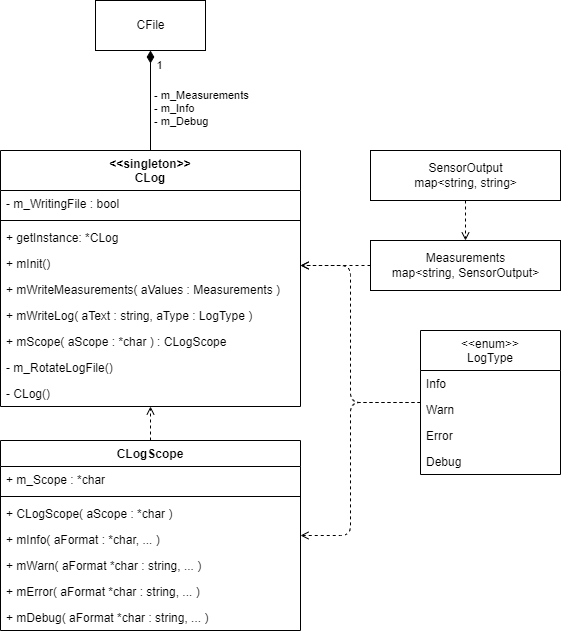
SenseBoxTI/FirmwareDesign keeps this draw.io diagram as uml/logger-abstraction.png. Above is the earlier version. Source tidied: cells renumbered, new cells last; positions are measured from the earlier drawing's top-left corner, leaving out a move shared by most shapes. Its diagram source:
```xml
<mxGraphModel>
  <root>
    <mxCell id="0" />
    <mxCell id="1" parent="0" />
    <mxCell id="2" style="edgeStyle=orthogonalEdgeStyle;html=1;entryX=0.5;entryY=1;entryDx=0;entryDy=0;endArrow=diamondThin;endFill=1;endSize=10;" parent="1" edge="1" source="5" target="15">
      <mxGeometry relative="1" as="geometry" />
    </mxCell>
    <mxCell id="3" value="- m_Measurements&lt;br&gt;- m_Info&lt;br&gt;- m_Debug" style="edgeLabel;html=1;align=left;verticalAlign=middle;" parent="2" vertex="1">
      <mxGeometry x="-0.2" y="-2" relative="1" as="geometry">
        <mxPoint y="-3" as="offset" />
      </mxGeometry>
    </mxCell>
    <mxCell id="4" value="1" style="edgeLabel;html=1;align=center;verticalAlign=middle;" parent="2" vertex="1">
      <mxGeometry x="0.69" y="-2" relative="1" as="geometry">
        <mxPoint x="6" y="-1" as="offset" />
      </mxGeometry>
    </mxCell>
    <mxCell id="5" value="&lt;&lt;singleton&gt;&gt;&#10;CLog" style="swimlane;fontStyle=1;align=center;verticalAlign=top;horizontal=1;startSize=40;" parent="1" vertex="1">
      <mxGeometry y="150" width="300" height="256" as="geometry" />
    </mxCell>
    <mxCell id="6" value="- m_WritingFile : bool" style="text;strokeColor=none;fillColor=none;align=left;verticalAlign=top;spacingLeft=4;spacingRight=4;overflow=hidden;" parent="5" vertex="1">
      <mxGeometry y="40" width="300" height="26" as="geometry" />
    </mxCell>
    <mxCell id="7" style="line;strokeWidth=1;fillColor=none;align=left;verticalAlign=middle;spacingTop=-1;spacingLeft=3;spacingRight=3;labelPosition=right;" parent="5" vertex="1">
      <mxGeometry y="66" width="300" height="8" as="geometry" />
    </mxCell>
    <mxCell id="8" value="+ getInstance: *CLog" style="text;strokeColor=none;fillColor=none;align=left;verticalAlign=top;spacingLeft=4;spacingRight=4;overflow=hidden;" parent="5" vertex="1">
      <mxGeometry y="74" width="300" height="26" as="geometry" />
    </mxCell>
    <mxCell id="9" value="+ mInit()" style="text;strokeColor=none;fillColor=none;align=left;verticalAlign=top;spacingLeft=4;spacingRight=4;overflow=hidden;" parent="5" vertex="1">
      <mxGeometry y="100" width="300" height="26" as="geometry" />
    </mxCell>
    <mxCell id="10" value="+ mWriteMeasurements( aValues : Measurements )" style="text;strokeColor=none;fillColor=none;align=left;verticalAlign=top;spacingLeft=4;spacingRight=4;overflow=hidden;" parent="5" vertex="1">
      <mxGeometry y="126" width="300" height="26" as="geometry" />
    </mxCell>
    <mxCell id="11" value="+ mWriteLog( aText : string, aType : LogType )" style="text;strokeColor=none;fillColor=none;align=left;verticalAlign=top;spacingLeft=4;spacingRight=4;overflow=hidden;" parent="5" vertex="1">
      <mxGeometry y="152" width="300" height="26" as="geometry" />
    </mxCell>
    <mxCell id="12" value="+ mScope( aScope : *char ) : CLogScope" style="text;strokeColor=none;fillColor=none;align=left;verticalAlign=top;spacingLeft=4;spacingRight=4;overflow=hidden;" parent="5" vertex="1">
      <mxGeometry y="178" width="300" height="26" as="geometry" />
    </mxCell>
    <mxCell id="13" value="- m_RotateLogFile()" style="text;strokeColor=none;fillColor=none;align=left;verticalAlign=top;spacingLeft=4;spacingRight=4;overflow=hidden;" parent="5" vertex="1">
      <mxGeometry y="204" width="300" height="26" as="geometry" />
    </mxCell>
    <mxCell id="14" value="- CLog()" style="text;strokeColor=none;fillColor=none;align=left;verticalAlign=top;spacingLeft=4;spacingRight=4;overflow=hidden;" parent="5" vertex="1">
      <mxGeometry y="230" width="300" height="26" as="geometry" />
    </mxCell>
    <mxCell id="15" value="CFile" style="html=1;" parent="1" vertex="1">
      <mxGeometry x="95" width="110" height="50" as="geometry" />
    </mxCell>
    <mxCell id="16" style="edgeStyle=orthogonalEdgeStyle;html=1;endArrow=open;endFill=0;endSize=6;dashed=1;" parent="1" edge="1" source="17" target="5">
      <mxGeometry relative="1" as="geometry">
        <Array as="points">
          <mxPoint x="320" y="265" />
          <mxPoint x="320" y="265" />
        </Array>
      </mxGeometry>
    </mxCell>
    <mxCell id="17" value="&lt;span style=&quot;text-align: left&quot;&gt;Measurements&lt;br&gt;map&amp;lt;string, SensorOutput&amp;gt;&lt;/span&gt;" style="html=1;" parent="1" vertex="1">
      <mxGeometry x="370" y="240" width="190" height="50" as="geometry" />
    </mxCell>
    <mxCell id="18" style="edgeStyle=orthogonalEdgeStyle;html=1;dashed=1;endArrow=open;endFill=0;endSize=6;" parent="1" edge="1" source="19" target="17">
      <mxGeometry relative="1" as="geometry" />
    </mxCell>
    <mxCell id="19" value="&lt;span style=&quot;text-align: left&quot;&gt;SensorOutput&lt;br&gt;map&amp;lt;string, string&amp;gt;&lt;/span&gt;" style="html=1;" parent="1" vertex="1">
      <mxGeometry x="370" y="150" width="190" height="50" as="geometry" />
    </mxCell>
    <mxCell id="20" style="edgeStyle=orthogonalEdgeStyle;html=1;dashed=1;endArrow=open;endFill=0;endSize=6;" parent="1" edge="1" source="22" target="5">
      <mxGeometry relative="1" as="geometry">
        <Array as="points">
          <mxPoint x="350" y="402" />
          <mxPoint x="350" y="265" />
        </Array>
      </mxGeometry>
    </mxCell>
    <mxCell id="21" style="edgeStyle=orthogonalEdgeStyle;html=1;dashed=1;endArrow=open;endFill=0;" parent="1" edge="1" source="22" target="28">
      <mxGeometry relative="1" as="geometry">
        <Array as="points">
          <mxPoint x="350" y="402" />
          <mxPoint x="350" y="535" />
        </Array>
      </mxGeometry>
    </mxCell>
    <mxCell id="22" value="&lt;&lt;enum&gt;&gt;&#10;LogType" style="swimlane;fontStyle=0;horizontal=1;startSize=40;fillColor=none;" parent="1" vertex="1">
      <mxGeometry x="420" y="330" width="140" height="144" as="geometry" />
    </mxCell>
    <mxCell id="23" value="Info" style="text;strokeColor=none;fillColor=none;align=left;verticalAlign=top;spacingLeft=4;spacingRight=4;overflow=hidden;" parent="22" vertex="1">
      <mxGeometry y="40" width="140" height="26" as="geometry" />
    </mxCell>
    <mxCell id="24" value="Warn" style="text;strokeColor=none;fillColor=none;align=left;verticalAlign=top;spacingLeft=4;spacingRight=4;overflow=hidden;" parent="22" vertex="1">
      <mxGeometry y="66" width="140" height="26" as="geometry" />
    </mxCell>
    <mxCell id="25" value="Error" style="text;strokeColor=none;fillColor=none;align=left;verticalAlign=top;spacingLeft=4;spacingRight=4;overflow=hidden;" parent="22" vertex="1">
      <mxGeometry y="92" width="140" height="26" as="geometry" />
    </mxCell>
    <mxCell id="26" value="Debug" style="text;strokeColor=none;fillColor=none;align=left;verticalAlign=top;spacingLeft=4;spacingRight=4;overflow=hidden;" parent="22" vertex="1">
      <mxGeometry y="118" width="140" height="26" as="geometry" />
    </mxCell>
    <mxCell id="27" style="edgeStyle=orthogonalEdgeStyle;html=1;dashed=1;endArrow=open;endFill=0;" parent="1" edge="1" source="28" target="5">
      <mxGeometry relative="1" as="geometry" />
    </mxCell>
    <mxCell id="28" value="CLogScope" style="swimlane;fontStyle=1;align=center;verticalAlign=top;horizontal=1;startSize=26;" parent="1" vertex="1">
      <mxGeometry y="440" width="300" height="190" as="geometry" />
    </mxCell>
    <mxCell id="29" value="+ m_Scope : *char" style="text;strokeColor=none;fillColor=none;align=left;verticalAlign=top;spacingLeft=4;spacingRight=4;overflow=hidden;" parent="28" vertex="1">
      <mxGeometry y="26" width="300" height="26" as="geometry" />
    </mxCell>
    <mxCell id="30" style="line;strokeWidth=1;fillColor=none;align=left;verticalAlign=middle;spacingTop=-1;spacingLeft=3;spacingRight=3;labelPosition=right;" parent="28" vertex="1">
      <mxGeometry y="52" width="300" height="8" as="geometry" />
    </mxCell>
    <mxCell id="31" value="+ CLogScope( aScope : *char )" style="text;strokeColor=none;fillColor=none;align=left;verticalAlign=top;spacingLeft=4;spacingRight=4;overflow=hidden;" parent="28" vertex="1">
      <mxGeometry y="60" width="300" height="26" as="geometry" />
    </mxCell>
    <mxCell id="32" value="+ mInfo( aFormat : *char, ... )" style="text;strokeColor=none;fillColor=none;align=left;verticalAlign=top;spacingLeft=4;spacingRight=4;overflow=hidden;" parent="28" vertex="1">
      <mxGeometry y="86" width="300" height="26" as="geometry" />
    </mxCell>
    <mxCell id="33" value="+ mWarn( aFormat *char : string, ... )" style="text;strokeColor=none;fillColor=none;align=left;verticalAlign=top;spacingLeft=4;spacingRight=4;overflow=hidden;" parent="28" vertex="1">
      <mxGeometry y="112" width="300" height="26" as="geometry" />
    </mxCell>
    <mxCell id="34" value="+ mError( aFormat *char : string, ... )" style="text;strokeColor=none;fillColor=none;align=left;verticalAlign=top;spacingLeft=4;spacingRight=4;overflow=hidden;" parent="28" vertex="1">
      <mxGeometry y="138" width="300" height="26" as="geometry" />
    </mxCell>
    <mxCell id="35" value="+ mDebug( aFormat *char : string, ... )" style="text;strokeColor=none;fillColor=none;align=left;verticalAlign=top;spacingLeft=4;spacingRight=4;overflow=hidden;" parent="28" vertex="1">
      <mxGeometry y="164" width="300" height="26" as="geometry" />
    </mxCell>
  </root>
</mxGraphModel>
```
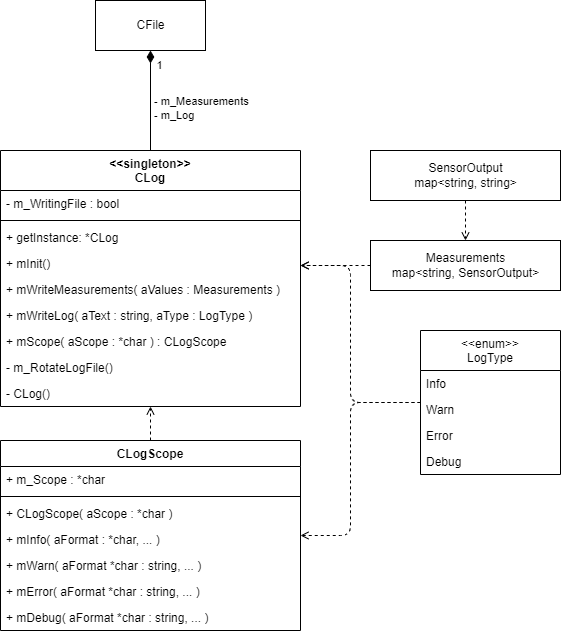
After the change.

Change to the diagram source:
```diff
@@ -5,7 +5,7 @@
     <mxCell id="2" style="edgeStyle=orthogonalEdgeStyle;html=1;entryX=0.5;entryY=1;entryDx=0;entryDy=0;endArrow=diamondThin;endFill=1;endSize=10;" parent="1" edge="1" source="5" target="15">
       <mxGeometry relative="1" as="geometry" />
     </mxCell>
-    <mxCell id="3" value="- m_Measurements&lt;br&gt;- m_Info&lt;br&gt;- m_Debug" style="edgeLabel;html=1;align=left;verticalAlign=middle;" parent="2" vertex="1">
+    <mxCell id="3" value="- m_Measurements&lt;br&gt;- m_Log" style="edgeLabel;html=1;align=left;verticalAlign=middle;" parent="2" vertex="1">
       <mxGeometry x="-0.2" y="-2" relative="1" as="geometry">
         <mxPoint y="-3" as="offset" />
       </mxGeometry>
```
